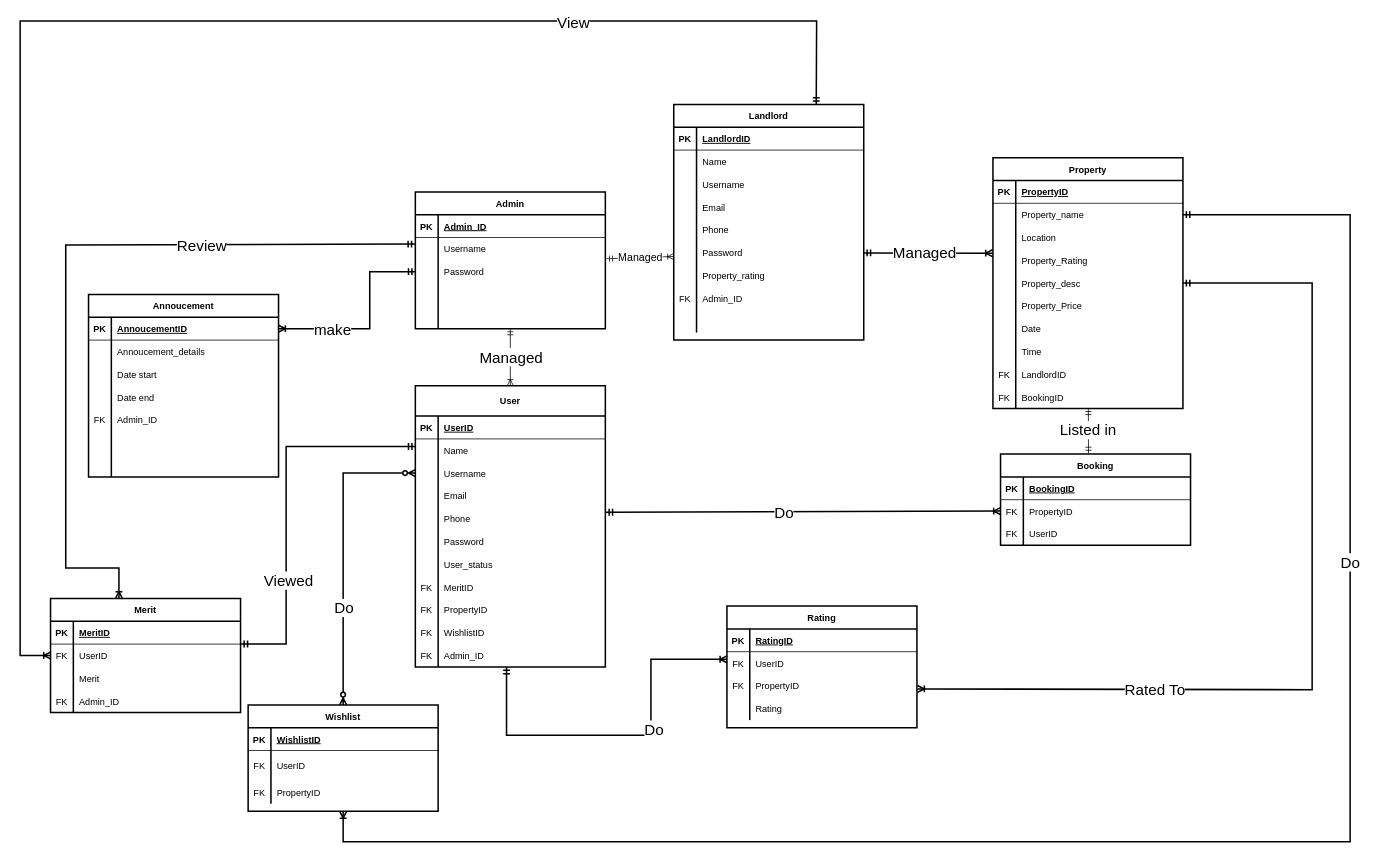
Earlier version of the draw.io diagram DFD FYP/ERD.drawio (SNOW15782/Fyp). Source tidied: cells renumbered, new cells numbered last; positions are measured from the earlier drawing's top-left corner, leaving out a move shared by most shapes. Both pictures are drawn from the tidied source at 76%, with x=0, y=0 at pixel (20, 21).
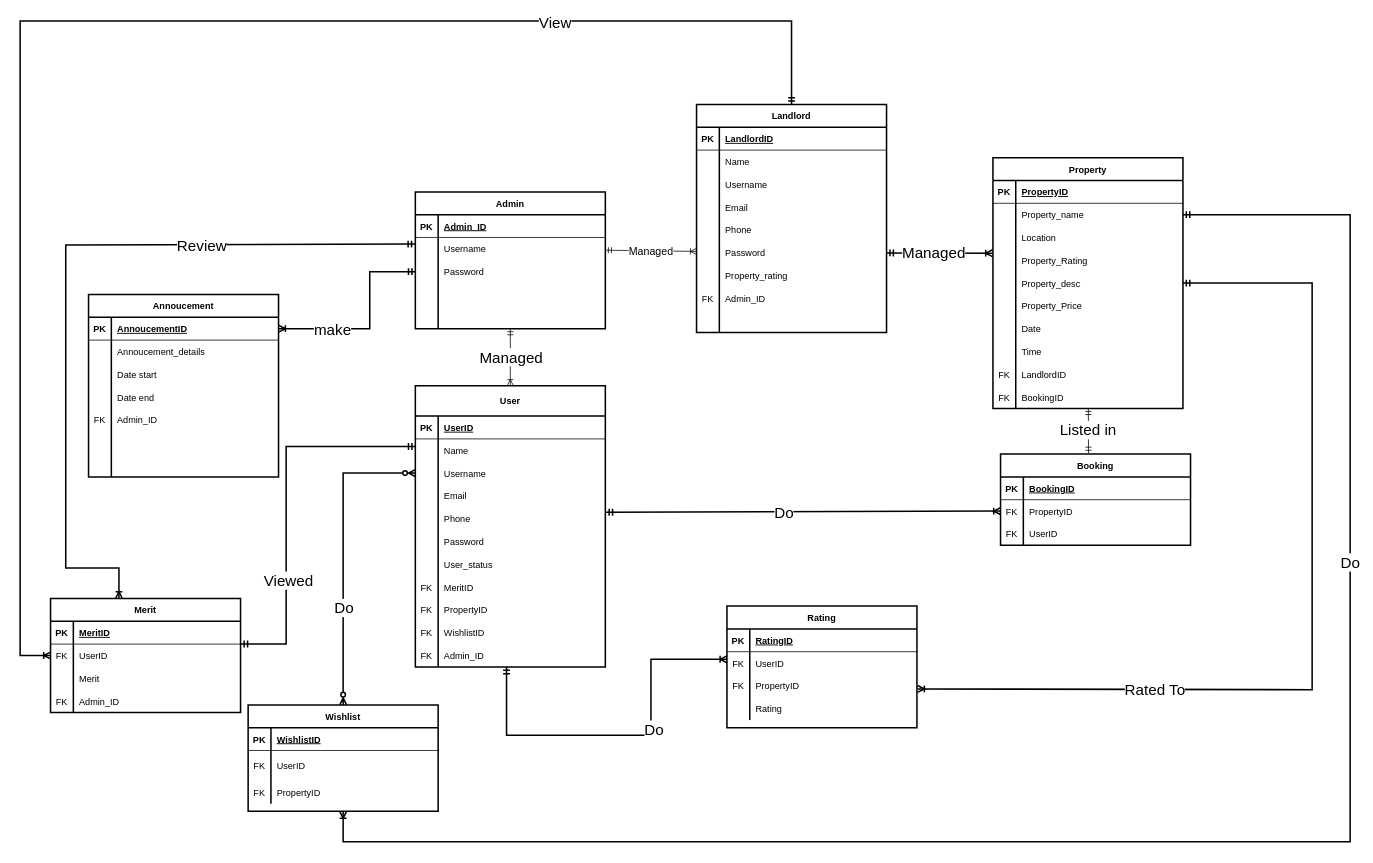
The same page after the edit.

The change refers to these unchanged cells:
```xml
<mxCell id="8" style="shape=partialRectangle;fillColor=none;points=[[0,0.5],[1,0.5]];portConstraint=eastwest;top=0;left=0;right=0;bottom=0;" parent="4" vertex="1">
  <mxGeometry y="60" width="250" height="30" as="geometry" />
</mxCell>
<mxCell id="95" style="shape=partialRectangle;fillColor=none;points=[[0,0.5],[1,0.5]];portConstraint=eastwest;top=0;left=0;right=0;bottom=0;" parent="91" vertex="1">
  <mxGeometry y="60" width="250" height="30" as="geometry" />
</mxCell>
<mxCell id="125" style="shape=partialRectangle;fillColor=none;points=[[0,0.5],[1,0.5]];portConstraint=eastwest;top=0;left=0;right=0;bottom=0;" parent="109" vertex="1">
  <mxGeometry y="180" width="250" height="30" as="geometry" />
</mxCell>
```

Diff of the diagram source:
```diff
@@
-    <mxCell id="107" style="edgeStyle=none;rounded=0;html=1;entryX=0;entryY=0.5;entryDx=0;entryDy=0;startArrow=ERmandOne;startFill=0;endArrow=ERoneToMany;endFill=0;exitX=0.75;exitY=0;exitDx=0;exitDy=0;strokeWidth=2;" parent="1" edge="1" source="109" target="8">
+    <mxCell id="107" style="edgeStyle=none;rounded=0;html=1;entryX=0;entryY=0.5;entryDx=0;entryDy=0;startArrow=ERmandOne;startFill=0;endArrow=ERoneToMany;endFill=0;strokeWidth=2;exitX=0.5;exitY=0;exitDx=0;exitDy=0;" parent="1" edge="1" source="109" target="8">
       <mxGeometry relative="1" as="geometry">
         <Array as="points">
-          <mxPoint x="1048" />
+          <mxPoint x="1015" />
           <mxPoint x="540" />
           <mxPoint />
           <mxPoint y="150" />
           <mxPoint y="835" />
         </Array>
       </mxGeometry>
     </mxCell>
@@
     <mxCell id="109" value="Landlord" style="shape=table;startSize=30;childLayout=tableLayout;rowLines=0;fontStyle=1;align=center;strokeWidth=2;" parent="1" vertex="1">
-      <mxGeometry x="860" y="110" width="250" height="310" as="geometry" />
+      <mxGeometry x="890" y="110" width="250" height="300" as="geometry" />
     </mxCell>
@@
-    <mxCell id="176" style="edgeStyle=none;html=1;startArrow=ERmandOne;startFill=0;endArrow=ERoneToMany;endFill=0;exitX=1.006;exitY=0.931;exitDx=0;exitDy=0;exitPerimeter=0;" parent="1" edge="1" source="95">
-      <mxGeometry relative="1" as="geometry">
-        <mxPoint x="860" y="310" as="targetPoint" />
-      </mxGeometry>
+    <mxCell id="176" style="edgeStyle=none;html=1;startArrow=ERmandOne;startFill=0;endArrow=ERoneToMany;endFill=0;" parent="1" edge="1" source="95" target="125">
+      <mxGeometry relative="1" as="geometry" />
     </mxCell>
```
